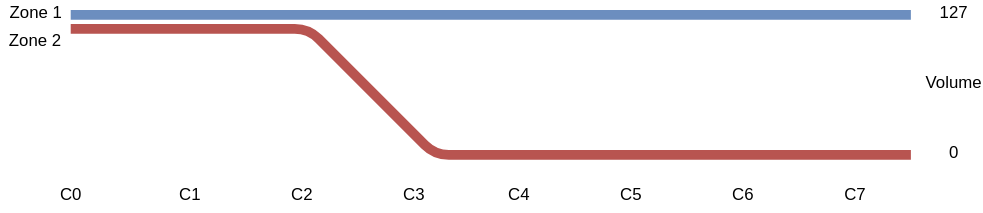
Before: crossfade.svg, a diagram exported from draw.io (dlocutor/c-lab). Source tidied: cells renumbered, new cells last; positions are measured from the earlier drawing's top-left corner, leaving out a move shared by most shapes. The source it was exported from:
```xml
<mxGraphModel background="#ffffff">
  <root>
    <mxCell id="0" />
    <mxCell id="1" parent="0" />
    <mxCell id="2" style="endArrow=none;html=1;strokeWidth=7;fillColor=#dae8fc;strokeColor=#6c8ebf;" parent="1" edge="1">
      <mxGeometry relative="1" as="geometry">
        <mxPoint x="50" y="10" as="sourcePoint" />
        <mxPoint x="650" y="10" as="targetPoint" />
      </mxGeometry>
    </mxCell>
    <mxCell id="3" style="endArrow=none;html=1;strokeWidth=7;fillColor=#f8cecc;strokeColor=#b85450;" parent="1" edge="1">
      <mxGeometry relative="1" as="geometry">
        <mxPoint x="50" y="20" as="sourcePoint" />
        <mxPoint x="650" y="110" as="targetPoint" />
        <Array as="points">
          <mxPoint x="220" y="20" />
          <mxPoint x="310" y="110" />
        </Array>
      </mxGeometry>
    </mxCell>
    <mxCell id="4" value="Zone 1" style="text;html=1;strokeColor=none;fillColor=none;align=center;verticalAlign=middle;whiteSpace=wrap;" parent="1" vertex="1">
      <mxGeometry width="50" height="20" as="geometry" />
    </mxCell>
    <mxCell id="5" value="Zone 2" style="text;html=1;strokeColor=none;fillColor=none;align=center;verticalAlign=middle;whiteSpace=wrap;" parent="1" vertex="1">
      <mxGeometry x="5" y="20" width="40" height="20" as="geometry" />
    </mxCell>
    <mxCell id="6" value="127" style="text;html=1;strokeColor=none;fillColor=none;align=center;verticalAlign=middle;whiteSpace=wrap;" parent="1" vertex="1">
      <mxGeometry x="660" width="40" height="20" as="geometry" />
    </mxCell>
    <mxCell id="7" value="0" style="text;html=1;strokeColor=none;fillColor=none;align=center;verticalAlign=middle;whiteSpace=wrap;" parent="1" vertex="1">
      <mxGeometry x="660" y="100" width="40" height="20" as="geometry" />
    </mxCell>
    <mxCell id="8" value="Volume" style="text;html=1;strokeColor=none;fillColor=none;align=center;verticalAlign=middle;whiteSpace=wrap;" parent="1" vertex="1">
      <mxGeometry x="660" y="50" width="40" height="20" as="geometry" />
    </mxCell>
    <mxCell id="9" value="C0" style="text;html=1;strokeColor=none;fillColor=none;align=center;verticalAlign=middle;whiteSpace=wrap;" parent="1" vertex="1">
      <mxGeometry x="30" y="130" width="40" height="20" as="geometry" />
    </mxCell>
    <mxCell id="10" value="C1" style="text;html=1;strokeColor=none;fillColor=none;align=center;verticalAlign=middle;whiteSpace=wrap;" parent="1" vertex="1">
      <mxGeometry x="120" y="130" width="30" height="20" as="geometry" />
    </mxCell>
    <mxCell id="11" value="C3" style="text;html=1;strokeColor=none;fillColor=none;align=center;verticalAlign=middle;whiteSpace=wrap;" parent="1" vertex="1">
      <mxGeometry x="280" y="130" width="30" height="20" as="geometry" />
    </mxCell>
    <mxCell id="12" value="C2" style="text;html=1;strokeColor=none;fillColor=none;align=center;verticalAlign=middle;whiteSpace=wrap;" parent="1" vertex="1">
      <mxGeometry x="200" y="130" width="30" height="20" as="geometry" />
    </mxCell>
    <mxCell id="13" value="C4" style="text;html=1;strokeColor=none;fillColor=none;align=center;verticalAlign=middle;whiteSpace=wrap;" parent="1" vertex="1">
      <mxGeometry x="350" y="130" width="40" height="20" as="geometry" />
    </mxCell>
    <mxCell id="14" value="C5" style="text;html=1;strokeColor=none;fillColor=none;align=center;verticalAlign=middle;whiteSpace=wrap;" parent="1" vertex="1">
      <mxGeometry x="430" y="130" width="40" height="20" as="geometry" />
    </mxCell>
    <mxCell id="15" value="C6" style="text;html=1;strokeColor=none;fillColor=none;align=center;verticalAlign=middle;whiteSpace=wrap;" parent="1" vertex="1">
      <mxGeometry x="510" y="130" width="40" height="20" as="geometry" />
    </mxCell>
    <mxCell id="16" value="C7" style="text;html=1;strokeColor=none;fillColor=none;align=center;verticalAlign=middle;whiteSpace=wrap;" parent="1" vertex="1">
      <mxGeometry x="590" y="130" width="40" height="20" as="geometry" />
    </mxCell>
  </root>
</mxGraphModel>
```
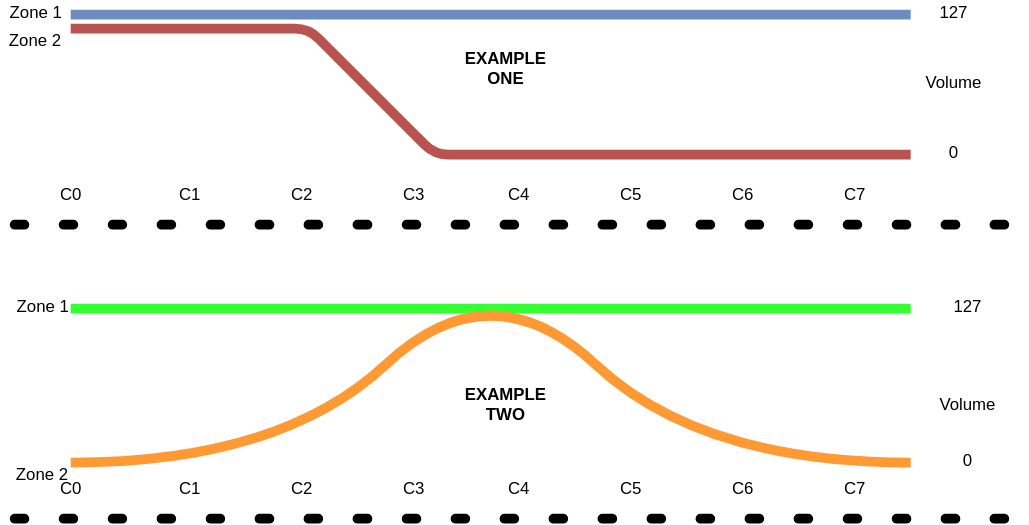
The same file after the commit.

The edit, as a diff of the source:
```diff
@@ -57,5 +57,79 @@
     <mxCell id="16" value="C7" style="text;html=1;strokeColor=none;fillColor=none;align=center;verticalAlign=middle;whiteSpace=wrap;" parent="1" vertex="1">
       <mxGeometry x="590" y="130" width="40" height="20" as="geometry" />
     </mxCell>
+    <mxCell id="17" style="endArrow=none;html=1;fillColor=#e1d5e7;strokeColor=#33FF33;strokeWidth=7;" parent="1" edge="1">
+      <mxGeometry relative="1" as="geometry">
+        <mxPoint x="50" y="220" as="sourcePoint" />
+        <mxPoint x="650" y="220" as="targetPoint" />
+      </mxGeometry>
+    </mxCell>
+    <mxCell id="18" style="endArrow=none;html=1;strokeColor=#FF9933;strokeWidth=7;curved=1;" parent="1" edge="1">
+      <mxGeometry relative="1" as="geometry">
+        <mxPoint x="50" y="330" as="sourcePoint" />
+        <mxPoint x="650" y="330" as="targetPoint" />
+        <Array as="points">
+          <mxPoint x="200" y="330" />
+          <mxPoint x="350" y="190" />
+          <mxPoint x="500" y="330" />
+        </Array>
+      </mxGeometry>
+    </mxCell>
+    <mxCell id="19" style="endArrow=none;html=1;dashed=1;dashPattern=1 4;strokeColor=#000000;strokeWidth=7;curved=1;comic=1;" parent="1" edge="1">
+      <mxGeometry relative="1" as="geometry">
+        <mxPoint x="10" y="160" as="sourcePoint" />
+        <mxPoint x="730" y="160" as="targetPoint" />
+      </mxGeometry>
+    </mxCell>
+    <mxCell id="20" style="endArrow=none;html=1;dashed=1;dashPattern=1 4;strokeColor=#000000;strokeWidth=7;curved=1;comic=1;" parent="1" edge="1">
+      <mxGeometry relative="1" as="geometry">
+        <mxPoint x="10" y="370" as="sourcePoint" />
+        <mxPoint x="730" y="370" as="targetPoint" />
+      </mxGeometry>
+    </mxCell>
+    <mxCell id="21" value="EXAMPLE ONE" style="text;html=1;strokeColor=none;fillColor=none;align=center;verticalAlign=middle;whiteSpace=wrap;fontStyle=1;" parent="1" vertex="1">
+      <mxGeometry x="340" y="40" width="40" height="20" as="geometry" />
+    </mxCell>
+    <mxCell id="22" value="127" style="text;html=1;strokeColor=none;fillColor=none;align=center;verticalAlign=middle;whiteSpace=wrap;" parent="1" vertex="1">
+      <mxGeometry x="670" y="210" width="40" height="20" as="geometry" />
+    </mxCell>
+    <mxCell id="23" value="0" style="text;html=1;strokeColor=none;fillColor=none;align=center;verticalAlign=middle;whiteSpace=wrap;" parent="1" vertex="1">
+      <mxGeometry x="670" y="320" width="40" height="20" as="geometry" />
+    </mxCell>
+    <mxCell id="24" value="Zone 1" style="text;html=1;strokeColor=none;fillColor=none;align=center;verticalAlign=middle;whiteSpace=wrap;" parent="1" vertex="1">
+      <mxGeometry x="5" y="210" width="50" height="20" as="geometry" />
+    </mxCell>
+    <mxCell id="25" value="Zone 2" style="text;html=1;strokeColor=none;fillColor=none;align=center;verticalAlign=middle;whiteSpace=wrap;" parent="1" vertex="1">
+      <mxGeometry x="10" y="330" width="40" height="20" as="geometry" />
+    </mxCell>
+    <mxCell id="26" value="C0" style="text;html=1;strokeColor=none;fillColor=none;align=center;verticalAlign=middle;whiteSpace=wrap;" parent="1" vertex="1">
+      <mxGeometry x="30" y="340" width="40" height="20" as="geometry" />
+    </mxCell>
+    <mxCell id="27" value="C1" style="text;html=1;strokeColor=none;fillColor=none;align=center;verticalAlign=middle;whiteSpace=wrap;" parent="1" vertex="1">
+      <mxGeometry x="120" y="340" width="30" height="20" as="geometry" />
+    </mxCell>
+    <mxCell id="28" value="C3" style="text;html=1;strokeColor=none;fillColor=none;align=center;verticalAlign=middle;whiteSpace=wrap;" parent="1" vertex="1">
+      <mxGeometry x="280" y="340" width="30" height="20" as="geometry" />
+    </mxCell>
+    <mxCell id="29" value="C2" style="text;html=1;strokeColor=none;fillColor=none;align=center;verticalAlign=middle;whiteSpace=wrap;" parent="1" vertex="1">
+      <mxGeometry x="200" y="340" width="30" height="20" as="geometry" />
+    </mxCell>
+    <mxCell id="30" value="C4" style="text;html=1;strokeColor=none;fillColor=none;align=center;verticalAlign=middle;whiteSpace=wrap;" parent="1" vertex="1">
+      <mxGeometry x="350" y="340" width="40" height="20" as="geometry" />
+    </mxCell>
+    <mxCell id="31" value="C5" style="text;html=1;strokeColor=none;fillColor=none;align=center;verticalAlign=middle;whiteSpace=wrap;" parent="1" vertex="1">
+      <mxGeometry x="430" y="340" width="40" height="20" as="geometry" />
+    </mxCell>
+    <mxCell id="32" value="C6" style="text;html=1;strokeColor=none;fillColor=none;align=center;verticalAlign=middle;whiteSpace=wrap;" parent="1" vertex="1">
+      <mxGeometry x="510" y="340" width="40" height="20" as="geometry" />
+    </mxCell>
+    <mxCell id="33" value="C7" style="text;html=1;strokeColor=none;fillColor=none;align=center;verticalAlign=middle;whiteSpace=wrap;" parent="1" vertex="1">
+      <mxGeometry x="590" y="340" width="40" height="20" as="geometry" />
+    </mxCell>
+    <mxCell id="34" value="Volume" style="text;html=1;strokeColor=none;fillColor=none;align=center;verticalAlign=middle;whiteSpace=wrap;" parent="1" vertex="1">
+      <mxGeometry x="670" y="280" width="40" height="20" as="geometry" />
+    </mxCell>
+    <mxCell id="35" value="EXAMPLE TWO" style="text;html=1;strokeColor=none;fillColor=none;align=center;verticalAlign=middle;whiteSpace=wrap;fontStyle=1;" parent="1" vertex="1">
+      <mxGeometry x="340" y="280" width="40" height="20" as="geometry" />
+    </mxCell>
   </root>
 </mxGraphModel>
```
